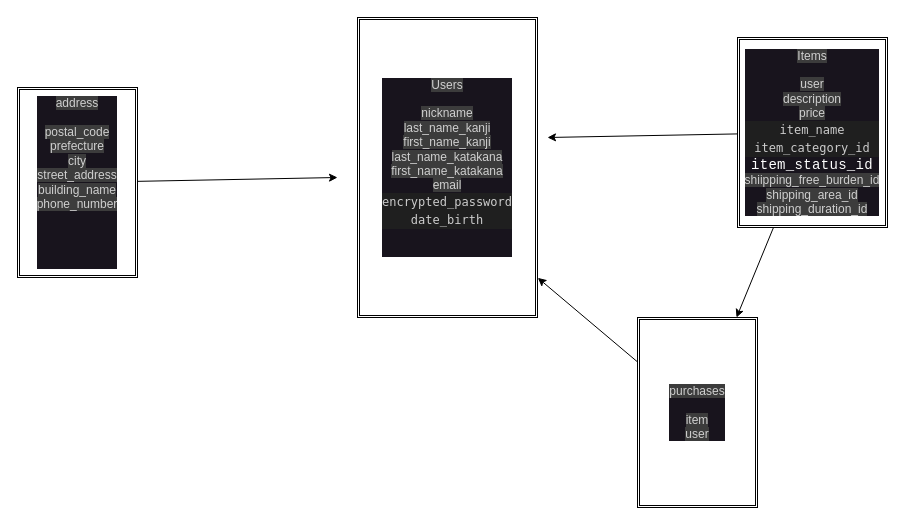
The draw.io diagram ER.dio in Ebisawa1016/furima-40312, before the edit. Source tidied: cells renumbered, new cells numbered last; positions are measured from the earlier drawing's top-left corner, leaving out a move shared by most shapes. Both pictures are drawn from the tidied source at 100%, with x=0, y=0 at pixel (17, 17).
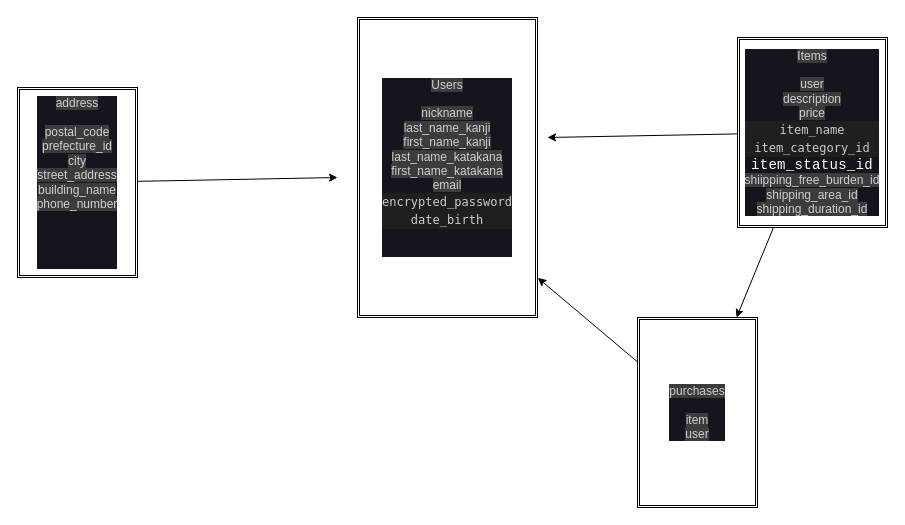
The same diagram, later.

Commit message (it also covers changes not shown here):
IDの追加　アフェリエイトの変更

What changed in the source:
```diff
@@
 <mxGraphModel>
   <root>
     <mxCell id="0" />
     <mxCell id="1" parent="0" />
     <mxCell id="2" value="&lt;font color=&quot;#d0d0d0&quot;&gt;&lt;span style=&quot;background-color: rgb(60, 60, 60);&quot;&gt;Users&lt;br&gt;&lt;br&gt;nickname&lt;br&gt;last_name_kanji&lt;br&gt;first_name_kanji&lt;br&gt;last_name_katakana&lt;br&gt;first_name_katakana&lt;br&gt;&lt;/span&gt;&lt;/font&gt;&lt;font color=&quot;#d0d0d0&quot;&gt;&lt;span style=&quot;background-color: rgb(60, 60, 60);&quot;&gt;email&lt;br&gt;&lt;/span&gt;&lt;/font&gt;&lt;div style=&quot;color: rgb(204, 204, 204); background-color: rgb(31, 31, 31); font-family: Menlo, Monaco, &amp;quot;Courier New&amp;quot;, monospace; line-height: 18px;&quot;&gt;encrypted_password&lt;/div&gt;&lt;div style=&quot;color: rgb(204, 204, 204); background-color: rgb(31, 31, 31); font-family: Menlo, Monaco, &amp;quot;Courier New&amp;quot;, monospace; line-height: 18px;&quot;&gt;&lt;div style=&quot;line-height: 18px;&quot;&gt;date_birth&lt;/div&gt;&lt;/div&gt;&lt;font color=&quot;#d0d0d0&quot;&gt;&lt;span style=&quot;background-color: rgb(60, 60, 60);&quot;&gt;&lt;br&gt;&lt;br&gt;&lt;/span&gt;&lt;/font&gt;" style="shape=ext;double=1;rounded=0;whiteSpace=wrap;html=1;labelBackgroundColor=#18141D;" parent="1" vertex="1">
       <mxGeometry x="340" width="180" height="300" as="geometry" />
     </mxCell>
     <mxCell id="3" style="edgeStyle=none;html=1;" parent="1" edge="1" source="5">
       <mxGeometry relative="1" as="geometry">
         <mxPoint x="530" y="120" as="targetPoint" />
       </mxGeometry>
     </mxCell>
     <mxCell id="4" style="edgeStyle=none;html=1;" parent="1" edge="1" source="5" target="9">
       <mxGeometry relative="1" as="geometry" />
     </mxCell>
     <mxCell id="5" value="&lt;font color=&quot;#d0d0d0&quot;&gt;&lt;span style=&quot;background-color: rgb(60, 60, 60);&quot;&gt;Items&lt;br&gt;&lt;br&gt;user&lt;br&gt;description&lt;br&gt;price&lt;br&gt;&lt;/span&gt;&lt;/font&gt;&lt;div style=&quot;color: rgb(204, 204, 204); background-color: rgb(31, 31, 31); font-family: Menlo, Monaco, &amp;quot;Courier New&amp;quot;, monospace; line-height: 18px;&quot;&gt;item_name&lt;/div&gt;&lt;div style=&quot;color: rgb(204, 204, 204); background-color: rgb(31, 31, 31); font-family: Menlo, Monaco, &amp;quot;Courier New&amp;quot;, monospace; line-height: 18px;&quot;&gt;item_category_id&lt;/div&gt;&lt;span style=&quot;font-family: monospace; font-size: 14px; letter-spacing: 0.32px; text-align: left;&quot;&gt;&lt;font color=&quot;#ffffff&quot;&gt;item_status_id&lt;br&gt;&lt;/font&gt;&lt;/span&gt;&lt;font color=&quot;#d0d0d0&quot;&gt;&lt;span style=&quot;background-color: rgb(60, 60, 60);&quot;&gt;shiipping_free_burden_id&lt;br&gt;shipping_area_id&lt;br&gt;shipping_duration_id&lt;br&gt;&lt;/span&gt;&lt;/font&gt;" style="shape=ext;double=1;rounded=0;whiteSpace=wrap;html=1;labelBackgroundColor=#18141D;" parent="1" vertex="1">
       <mxGeometry x="720" y="20" width="150" height="190" as="geometry" />
     </mxCell>
     <mxCell id="6" style="edgeStyle=none;html=1;" parent="1" edge="1" source="7">
       <mxGeometry relative="1" as="geometry">
         <mxPoint x="320" y="160" as="targetPoint" />
       </mxGeometry>
     </mxCell>
-    <mxCell id="7" value="&lt;font color=&quot;#d0d0d0&quot;&gt;&lt;span style=&quot;background-color: rgb(60, 60, 60);&quot;&gt;address&lt;br&gt;&lt;br&gt;postal_code&lt;br&gt;prefecture&lt;br&gt;city&lt;br&gt;street_address&lt;br&gt;building_name&lt;br&gt;phone_number&lt;br&gt;&lt;br&gt;&lt;br&gt;&lt;br&gt;&lt;br&gt;&lt;/span&gt;&lt;/font&gt;" style="shape=ext;double=1;rounded=0;whiteSpace=wrap;html=1;labelBackgroundColor=#18141D;" parent="1" vertex="1">
+    <mxCell id="7" value="&lt;font color=&quot;#d0d0d0&quot;&gt;&lt;span style=&quot;background-color: rgb(60, 60, 60);&quot;&gt;address&lt;br&gt;&lt;br&gt;postal_code&lt;br&gt;prefecture_id&lt;br&gt;city&lt;br&gt;street_address&lt;br&gt;building_name&lt;br&gt;phone_number&lt;br&gt;&lt;br&gt;&lt;br&gt;&lt;br&gt;&lt;br&gt;&lt;/span&gt;&lt;/font&gt;" style="shape=ext;double=1;rounded=0;whiteSpace=wrap;html=1;labelBackgroundColor=#18141D;" parent="1" vertex="1">
       <mxGeometry y="70" width="120" height="190" as="geometry" />
     </mxCell>
     <mxCell id="8" style="edgeStyle=none;html=1;entryX=1.002;entryY=0.868;entryDx=0;entryDy=0;entryPerimeter=0;" parent="1" edge="1" source="9" target="2">
       <mxGeometry relative="1" as="geometry" />
     </mxCell>
     <mxCell id="9" value="&lt;font color=&quot;#d0d0d0&quot;&gt;&lt;span style=&quot;background-color: rgb(60, 60, 60);&quot;&gt;purchases&lt;br&gt;&lt;br&gt;item&lt;br&gt;user&lt;br&gt;&lt;/span&gt;&lt;/font&gt;" style="shape=ext;double=1;rounded=0;whiteSpace=wrap;html=1;labelBackgroundColor=#18141D;" parent="1" vertex="1">
       <mxGeometry x="620" y="300" width="120" height="190" as="geometry" />
     </mxCell>
   </root>
 </mxGraphModel>
```
